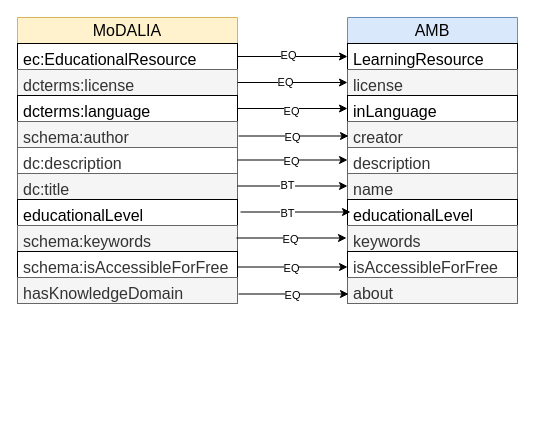
Earlier version of the draw.io diagram visualisations/crosswalk2AMB.drawio (data-literacy-alliance/dalia-ontology). Source tidied: cells renumbered, new cells numbered last; positions are measured from the earlier drawing's top-left corner, leaving out a move shared by most shapes. Both pictures are drawn from the tidied source at 100%, with x=0, y=0 at pixel (17, 17).
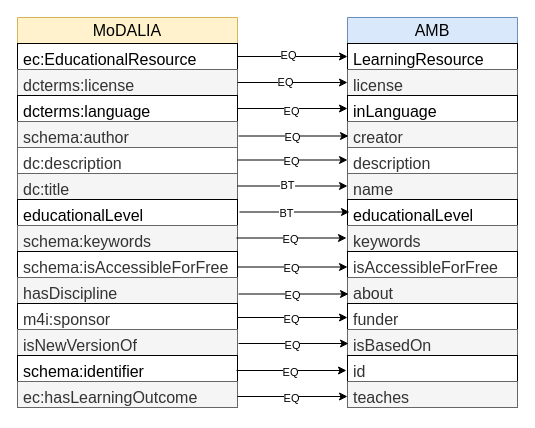
The same page after the edit.

Change to the diagram source:
```diff
@@
     <mxCell id="2" value="MoDALIA" style="swimlane;fontStyle=0;horizontal=1;startSize=26;fillColor=#fff2cc;whiteSpace=wrap;html=1;strokeColor=#d6b656;fontSize=16;" parent="1" vertex="1">
-      <mxGeometry width="220" height="286" as="geometry" />
+      <mxGeometry width="220" height="364" as="geometry" />
     </mxCell>
@@
-    <mxCell id="12" value="&lt;font color=&quot;#333333&quot;&gt;hasKnowledgeDomain&lt;/font&gt;" style="text;align=left;verticalAlign=top;spacingLeft=4;spacingRight=4;overflow=hidden;whiteSpace=wrap;html=1;fontSize=16;strokeColor=#666666;fillColor=#f5f5f5;fontColor=#333333;" parent="2" vertex="1">
+    <mxCell id="12" value="&lt;font color=&quot;#333333&quot;&gt;hasDiscipline&lt;/font&gt;" style="text;align=left;verticalAlign=top;spacingLeft=4;spacingRight=4;overflow=hidden;whiteSpace=wrap;html=1;fontSize=16;strokeColor=#666666;fillColor=#f5f5f5;fontColor=#333333;" parent="2" vertex="1">
       <mxGeometry y="260" width="220" height="26" as="geometry" />
     </mxCell>
+    <mxCell id="44" value="&lt;font color=&quot;#333333&quot;&gt;m4i:sponsor&lt;/font&gt;" style="text;align=left;verticalAlign=top;spacingLeft=4;spacingRight=4;overflow=hidden;whiteSpace=wrap;html=1;fontSize=16;strokeColor=default;" parent="2" vertex="1">
+      <mxGeometry y="286" width="220" height="26" as="geometry" />
+    </mxCell>
+    <mxCell id="45" value="isNewVersionOf" style="text;align=left;verticalAlign=top;spacingLeft=4;spacingRight=4;overflow=hidden;whiteSpace=wrap;html=1;fontSize=16;strokeColor=#666666;fillColor=#f5f5f5;fontColor=#333333;" parent="2" vertex="1">
+      <mxGeometry y="312" width="220" height="26" as="geometry" />
+    </mxCell>
+    <mxCell id="46" value="schema:identifier" style="text;align=left;verticalAlign=top;spacingLeft=4;spacingRight=4;overflow=hidden;whiteSpace=wrap;html=1;fontSize=16;strokeColor=default;" parent="2" vertex="1">
+      <mxGeometry y="338" width="220" height="26" as="geometry" />
+    </mxCell>
     <mxCell id="13" value="AMB" style="swimlane;fontStyle=0;horizontal=1;startSize=26;fillColor=#dae8fc;whiteSpace=wrap;html=1;strokeColor=#6c8ebf;fontSize=16;" parent="1" vertex="1">
-      <mxGeometry x="330" width="170" height="286" as="geometry" />
+      <mxGeometry x="330" width="170" height="338" as="geometry" />
     </mxCell>
@@
+    <mxCell id="47" value="&lt;span style=&quot;color: rgb(51, 51, 51);&quot;&gt;about&lt;/span&gt;" style="text;align=left;verticalAlign=top;spacingLeft=4;spacingRight=4;overflow=hidden;whiteSpace=wrap;html=1;fontSize=16;strokeColor=#666666;fillColor=#f5f5f5;fontColor=#333333;" parent="13" vertex="1">
+      <mxGeometry y="260" width="170" height="26" as="geometry" />
+    </mxCell>
-    <mxCell id="23" value="&lt;span style=&quot;color: rgb(51, 51, 51);&quot;&gt;about&lt;/span&gt;" style="text;align=left;verticalAlign=top;spacingLeft=4;spacingRight=4;overflow=hidden;whiteSpace=wrap;html=1;fontSize=16;strokeColor=#666666;fillColor=#f5f5f5;fontColor=#333333;" parent="13" vertex="1">
-      <mxGeometry y="260" width="170" height="26" as="geometry" />
+    <mxCell id="23" value="&lt;span style=&quot;color: rgb(51, 51, 51);&quot;&gt;funder&lt;/span&gt;" style="text;align=left;verticalAlign=top;spacingLeft=4;spacingRight=4;overflow=hidden;whiteSpace=wrap;html=1;fontSize=16;strokeColor=default;" parent="13" vertex="1">
+      <mxGeometry y="286" width="170" height="26" as="geometry" />
     </mxCell>
+    <mxCell id="48" value="&lt;span style=&quot;color: rgb(51, 51, 51);&quot;&gt;isBasedOn&lt;/span&gt;" style="text;align=left;verticalAlign=top;spacingLeft=4;spacingRight=4;overflow=hidden;whiteSpace=wrap;html=1;fontSize=16;strokeColor=#666666;fillColor=#f5f5f5;fontColor=#333333;" parent="13" vertex="1">
+      <mxGeometry y="312" width="170" height="26" as="geometry" />
+    </mxCell>
@@
     <mxCell id="34" style="edgeStyle=orthogonalEdgeStyle;rounded=0;orthogonalLoop=1;jettySize=auto;html=1;exitX=1;exitY=0.5;exitDx=0;exitDy=0;entryX=0;entryY=0.5;entryDx=0;entryDy=0;fontSize=16;" parent="1" edge="1">
       <mxGeometry relative="1" as="geometry">
-        <mxPoint x="223" y="194.5" as="sourcePoint" />
-        <mxPoint x="333" y="194.5" as="targetPoint" />
+        <mxPoint x="222" y="194.5" as="sourcePoint" />
+        <mxPoint x="332" y="194.5" as="targetPoint" />
       </mxGeometry>
     </mxCell>
@@
+    <mxCell id="49" style="edgeStyle=orthogonalEdgeStyle;rounded=0;orthogonalLoop=1;jettySize=auto;html=1;exitX=1;exitY=0.5;exitDx=0;exitDy=0;entryX=0;entryY=0.5;entryDx=0;entryDy=0;fontSize=16;" parent="1" edge="1">
+      <mxGeometry relative="1" as="geometry">
+        <mxPoint x="220" y="300" as="sourcePoint" />
+        <mxPoint x="330" y="300" as="targetPoint" />
+      </mxGeometry>
+    </mxCell>
+    <mxCell id="50" value="EQ" style="edgeLabel;html=1;align=center;verticalAlign=middle;" parent="49" vertex="1">
+      <mxGeometry x="-0.04" relative="1" as="geometry">
+        <mxPoint y="1" as="offset" />
+      </mxGeometry>
+    </mxCell>
+    <mxCell id="51" style="edgeStyle=orthogonalEdgeStyle;rounded=0;orthogonalLoop=1;jettySize=auto;html=1;exitX=1;exitY=0.5;exitDx=0;exitDy=0;entryX=0;entryY=0.5;entryDx=0;entryDy=0;fontSize=16;" parent="1" edge="1">
+      <mxGeometry relative="1" as="geometry">
+        <mxPoint x="221" y="326" as="sourcePoint" />
+        <mxPoint x="331" y="326" as="targetPoint" />
+      </mxGeometry>
+    </mxCell>
+    <mxCell id="52" value="EQ" style="edgeLabel;html=1;align=center;verticalAlign=middle;" parent="51" vertex="1">
+      <mxGeometry x="-0.04" relative="1" as="geometry">
+        <mxPoint y="1" as="offset" />
+      </mxGeometry>
+    </mxCell>
+    <mxCell id="53" value="&lt;font color=&quot;#333333&quot;&gt;id&lt;/font&gt;" style="text;align=left;verticalAlign=top;spacingLeft=4;spacingRight=4;overflow=hidden;whiteSpace=wrap;html=1;fontSize=16;strokeColor=default;" parent="1" vertex="1">
+      <mxGeometry x="330" y="338" width="170" height="26" as="geometry" />
+    </mxCell>
+    <mxCell id="54" style="edgeStyle=orthogonalEdgeStyle;rounded=0;orthogonalLoop=1;jettySize=auto;html=1;exitX=1;exitY=0.5;exitDx=0;exitDy=0;entryX=0;entryY=0.5;entryDx=0;entryDy=0;fontSize=16;" parent="1" edge="1">
+      <mxGeometry relative="1" as="geometry">
+        <mxPoint x="219" y="353" as="sourcePoint" />
+        <mxPoint x="329" y="353" as="targetPoint" />
+      </mxGeometry>
+    </mxCell>
+    <mxCell id="55" value="EQ" style="edgeLabel;html=1;align=center;verticalAlign=middle;" parent="54" vertex="1">
+      <mxGeometry x="-0.04" relative="1" as="geometry">
+        <mxPoint y="1" as="offset" />
+      </mxGeometry>
+    </mxCell>
+    <mxCell id="56" value="ec:hasLearningOutcome" style="text;align=left;verticalAlign=top;spacingLeft=4;spacingRight=4;overflow=hidden;whiteSpace=wrap;html=1;fontSize=16;strokeColor=#666666;fillColor=#f5f5f5;fontColor=#333333;" parent="1" vertex="1">
+      <mxGeometry y="364" width="220" height="26" as="geometry" />
+    </mxCell>
+    <mxCell id="57" value="&lt;font color=&quot;#333333&quot;&gt;teaches&lt;/font&gt;" style="text;align=left;verticalAlign=top;spacingLeft=4;spacingRight=4;overflow=hidden;whiteSpace=wrap;html=1;fontSize=16;strokeColor=#666666;fillColor=#f5f5f5;fontColor=#333333;" parent="1" vertex="1">
+      <mxGeometry x="330" y="364" width="170" height="26" as="geometry" />
+    </mxCell>
+    <mxCell id="58" style="edgeStyle=orthogonalEdgeStyle;rounded=0;orthogonalLoop=1;jettySize=auto;html=1;exitX=1;exitY=0.5;exitDx=0;exitDy=0;entryX=0;entryY=0.5;entryDx=0;entryDy=0;fontSize=16;" parent="1" edge="1">
+      <mxGeometry relative="1" as="geometry">
+        <mxPoint x="220" y="379" as="sourcePoint" />
+        <mxPoint x="330" y="379" as="targetPoint" />
+      </mxGeometry>
+    </mxCell>
+    <mxCell id="59" value="EQ" style="edgeLabel;html=1;align=center;verticalAlign=middle;" parent="58" vertex="1">
+      <mxGeometry x="-0.04" relative="1" as="geometry">
+        <mxPoint y="1" as="offset" />
+      </mxGeometry>
+    </mxCell>
```
